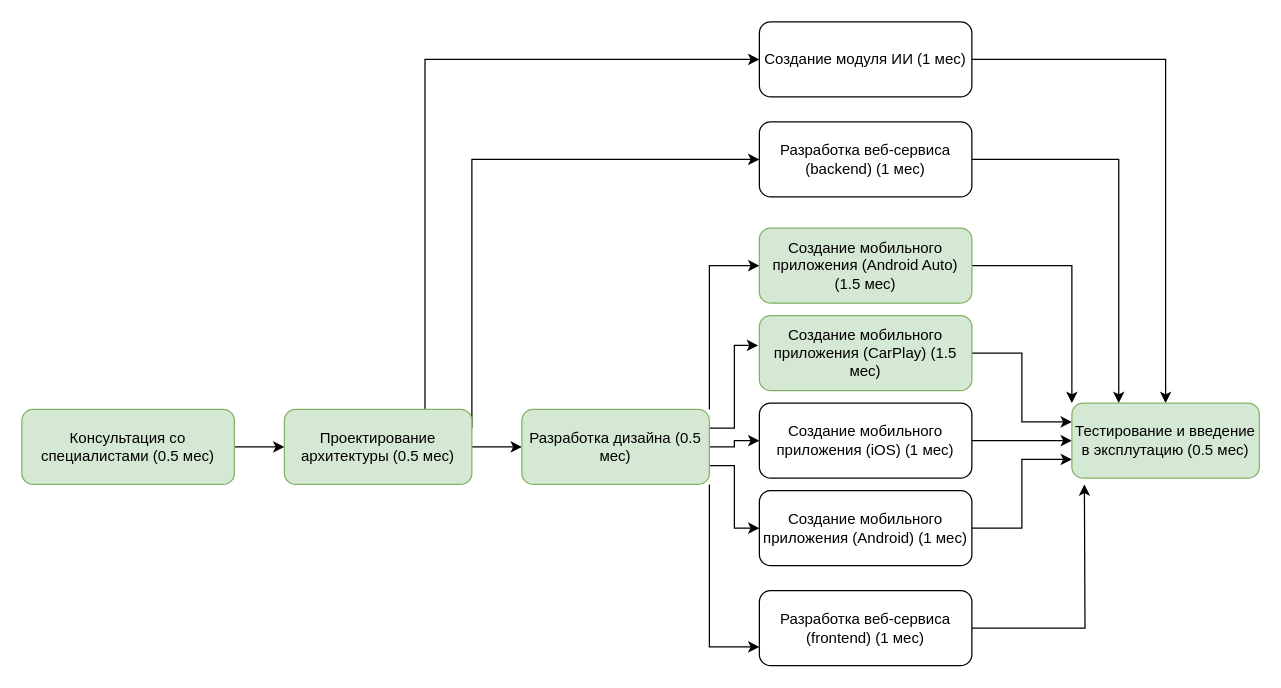
Before: diagrams/бизнес идеи.drawio in rusvlp/UML, a draw.io diagram. Source tidied: cells renumbered, new cells numbered last; positions are measured from the earlier drawing's top-left corner, leaving out a move shared by most shapes. Both pictures are drawn from the tidied source at 125%, with x=0, y=0 at pixel (21, 21).
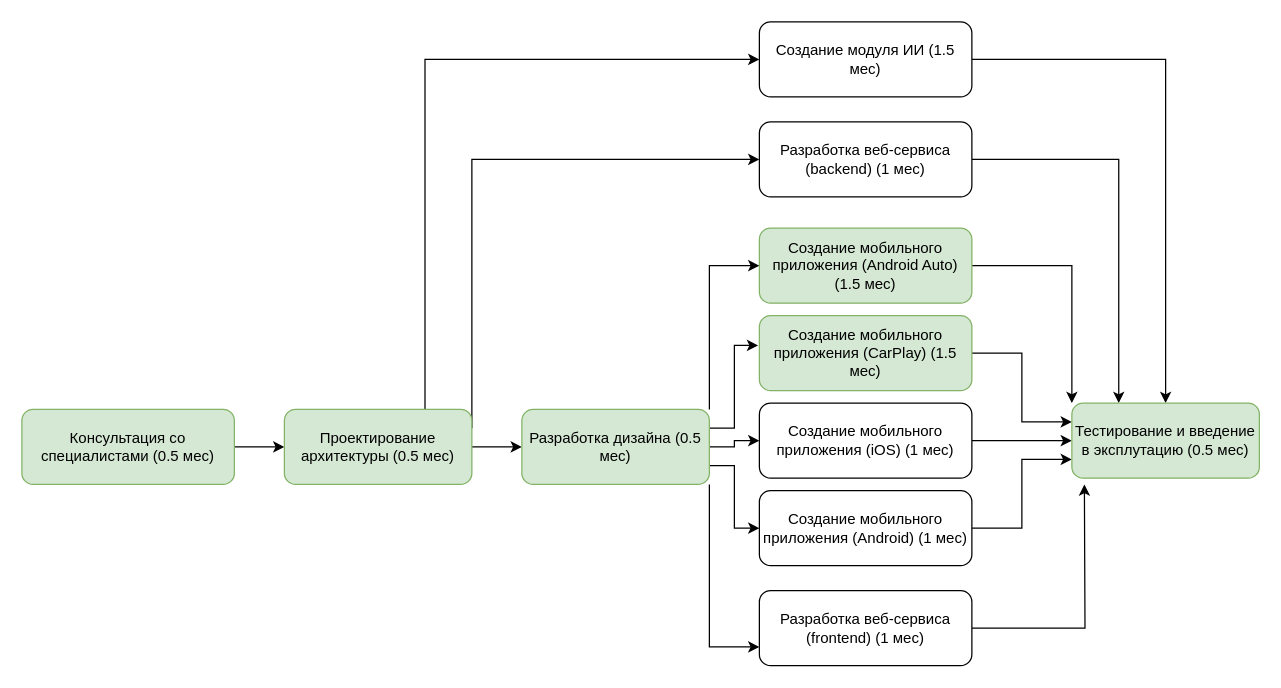
The same diagram, later.

The edit, as a diff of the source:
```diff
@@
-    <mxCell id="9" value="Создание модуля ИИ (1 мес)" style="rounded=1;whiteSpace=wrap;html=1;" parent="1" vertex="1">
+    <mxCell id="9" value="Создание модуля ИИ (1.5 мес)" style="rounded=1;whiteSpace=wrap;html=1;" parent="1" vertex="1">
       <mxGeometry x="590" width="170" height="60" as="geometry" />
     </mxCell>
```
